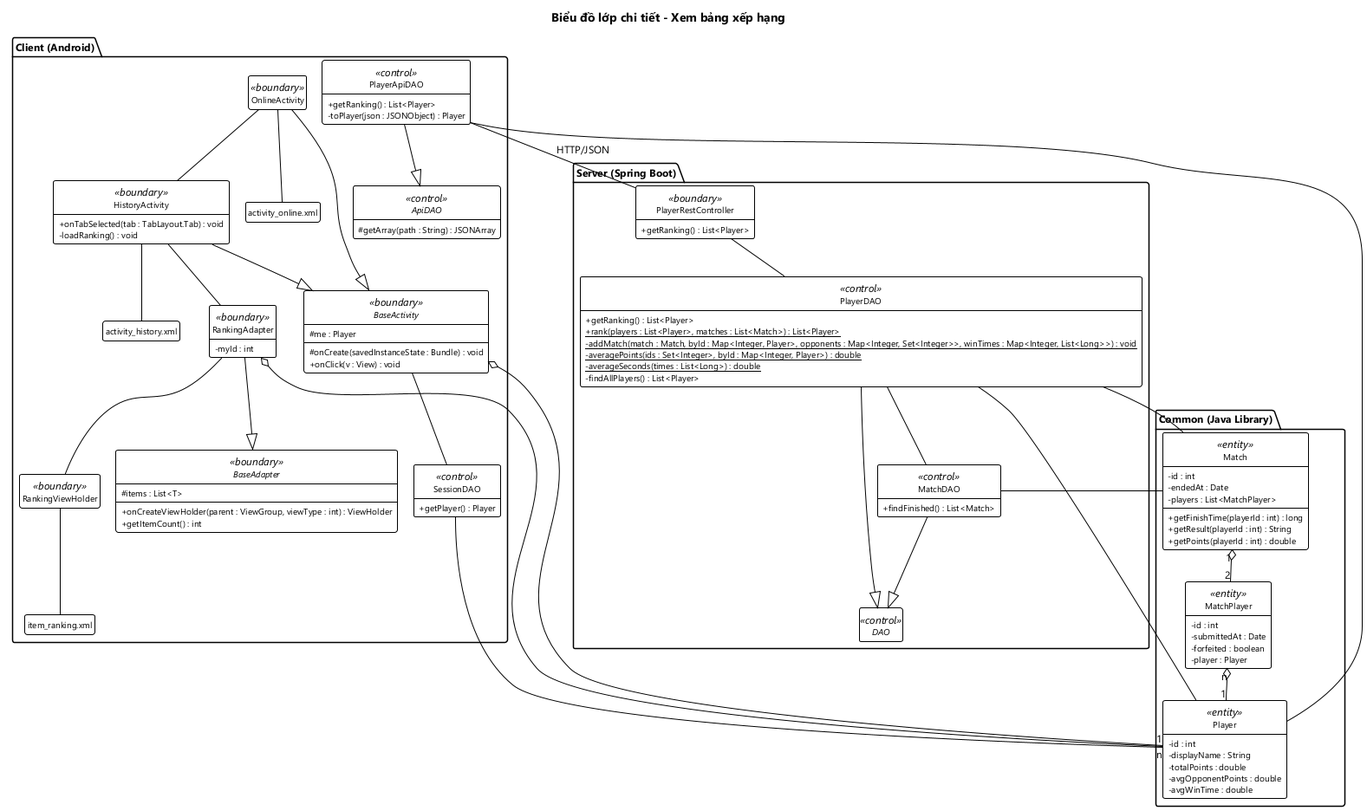
Above: docs/hung/lop-thiet-ke-xem-bang-xep-hang.png in HungNguyenBa1811/math-dash (PlantUML), before the change. Source of this version:
```plantuml
@startuml lop-thiet-ke-xem-bang-xep-hang
!include _theme.iuml
title Biểu đồ lớp chi tiết - Xem bảng xếp hạng

package "Client (Android)" as PC {
  abstract class BaseActivity <<boundary>> {
    # me : Player
    # onCreate(savedInstanceState : Bundle) : void
    + onClick(v : View) : void
  }
  abstract class BaseAdapter <<boundary>> {
    # items : List<T>
    + onCreateViewHolder(parent : ViewGroup, viewType : int) : ViewHolder
    + getItemCount() : int
  }
  class OnlineActivity <<boundary>> {
  }
  class HistoryActivity <<boundary>> {
    + onTabSelected(tab : TabLayout.Tab) : void
    - loadRanking() : void
  }
  class RankingAdapter <<boundary>> {
    - myId : int
  }
  class RankingViewHolder <<boundary>>
  class "activity_online.xml" as xmlOnline
  class "activity_history.xml" as xmlHistory
  class "item_ranking.xml" as xmlItemRanking
  class SessionDAO <<control>> {
    + getPlayer() : Player
  }
  abstract class ApiDAO <<control>> {
    # getArray(path : String) : JSONArray
  }
  class PlayerApiDAO <<control>> {
    + getRanking() : List<Player>
    - toPlayer(json : JSONObject) : Player
  }
}

package "Common (Java Library)" as PM {
  class Player <<entity>> {
    - id : int
    - displayName : String
    - totalPoints : double
    - avgOpponentPoints : double
    - avgWinTime : double
  }
  class Match <<entity>> {
    - id : int
    - endedAt : Date
    - players : List<MatchPlayer>
    + getFinishTime(playerId : int) : long
    + getResult(playerId : int) : String
    + getPoints(playerId : int) : double
  }
  class MatchPlayer <<entity>> {
    - id : int
    - submittedAt : Date
    - forfeited : boolean
    - player : Player
  }
}

package "Server (Spring Boot)" as PS {
  class PlayerRestController <<boundary>> {
    + getRanking() : List<Player>
  }
  abstract class "DAO" as SDAO <<control>> {
  }
  class MatchDAO <<control>> {
    + findFinished() : List<Match>
  }
  class PlayerDAO <<control>> {
    + getRanking() : List<Player>
    + {static} rank(players : List<Player>, matches : List<Match>) : List<Player>
    - {static} addMatch(match : Match, byId : Map<Integer, Player>, opponents : Map<Integer, Set<Integer>>, winTimes : Map<Integer, List<Long>>) : void
    - {static} averagePoints(ids : Set<Integer>, byId : Map<Integer, Player>) : double
    - {static} averageSeconds(times : List<Long>) : double
    - findAllPlayers() : List<Player>
  }
}

OnlineActivity --|> BaseActivity
HistoryActivity --|> BaseActivity
RankingAdapter --|> BaseAdapter
BaseActivity o-- "1" Player
BaseActivity -- SessionDAO
OnlineActivity -- HistoryActivity
HistoryActivity -- RankingAdapter
RankingAdapter -- RankingViewHolder
OnlineActivity -- xmlOnline
HistoryActivity -- xmlHistory
RankingViewHolder -- xmlItemRanking
RankingAdapter o-- "n" Player
PlayerApiDAO --|> ApiDAO
SessionDAO -- Player
PlayerApiDAO -- Player
Match "1" o-- "2" MatchPlayer
MatchPlayer "n" o-- "1" Player
PlayerRestController -- PlayerDAO
PlayerDAO -- MatchDAO
MatchDAO --|> SDAO
PlayerDAO --|> SDAO
MatchDAO -- Match
PlayerDAO -- Player
PlayerDAO -- Match
PlayerApiDAO -- PlayerRestController : HTTP/JSON

PC -[hidden]down- PM
PM -[hidden]down- PS
@enduml
```
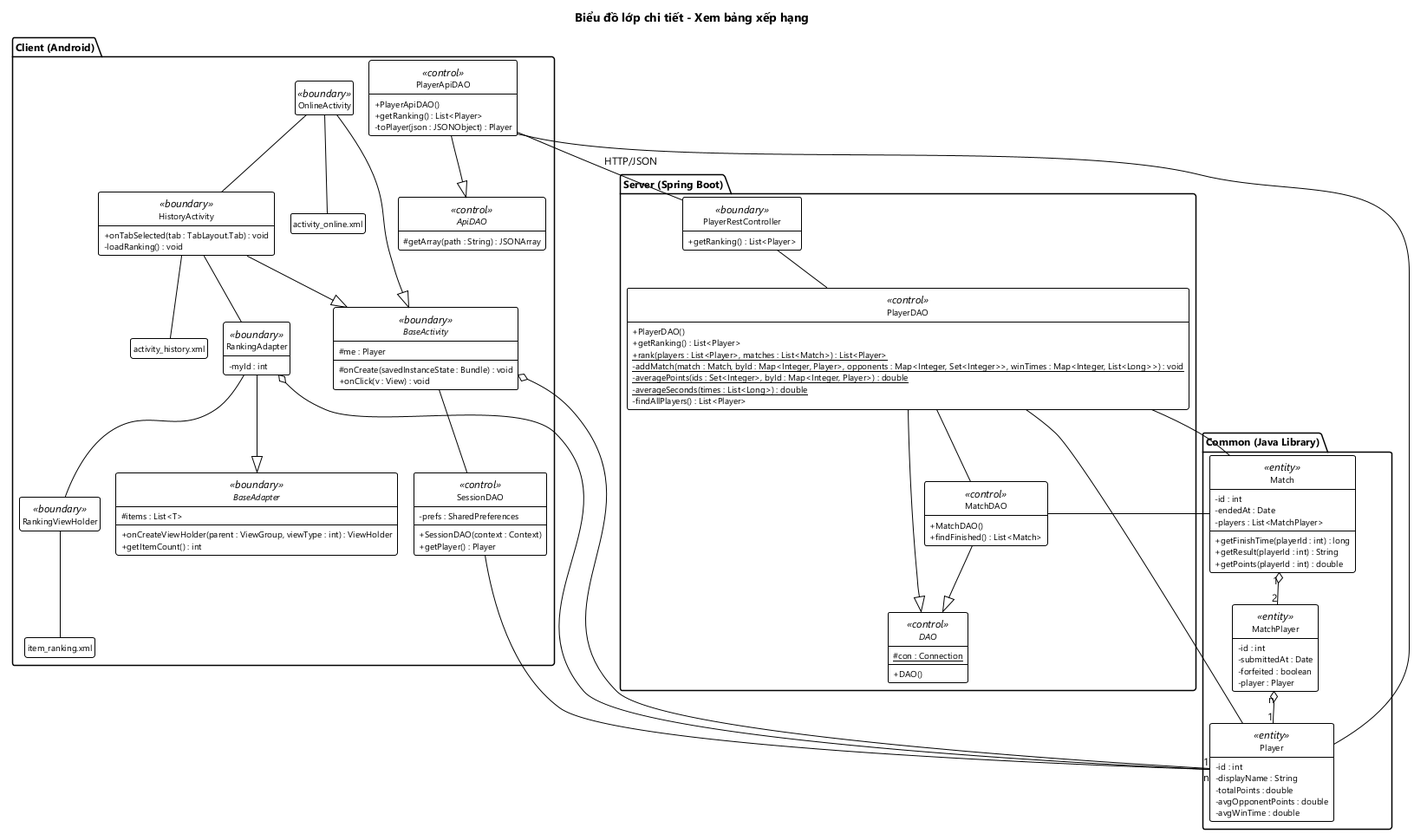
After the commit.

Change to the diagram source:
```diff
@@ -27,12 +27,15 @@
   class "activity_history.xml" as xmlHistory
   class "item_ranking.xml" as xmlItemRanking
   class SessionDAO <<control>> {
+    - prefs : SharedPreferences
+    + SessionDAO(context : Context)
     + getPlayer() : Player
   }
   abstract class ApiDAO <<control>> {
     # getArray(path : String) : JSONArray
   }
   class PlayerApiDAO <<control>> {
+    + PlayerApiDAO()
     + getRanking() : List<Player>
     - toPlayer(json : JSONObject) : Player
   }
@@ -67,11 +70,15 @@
     + getRanking() : List<Player>
   }
   abstract class "DAO" as SDAO <<control>> {
+    # {static} con : Connection
+    + DAO()
   }
   class MatchDAO <<control>> {
+    + MatchDAO()
     + findFinished() : List<Match>
   }
   class PlayerDAO <<control>> {
+    + PlayerDAO()
     + getRanking() : List<Player>
     + {static} rank(players : List<Player>, matches : List<Match>) : List<Player>
     - {static} addMatch(match : Match, byId : Map<Integer, Player>, opponents : Map<Integer, Set<Integer>>, winTimes : Map<Integer, List<Long>>) : void
```
